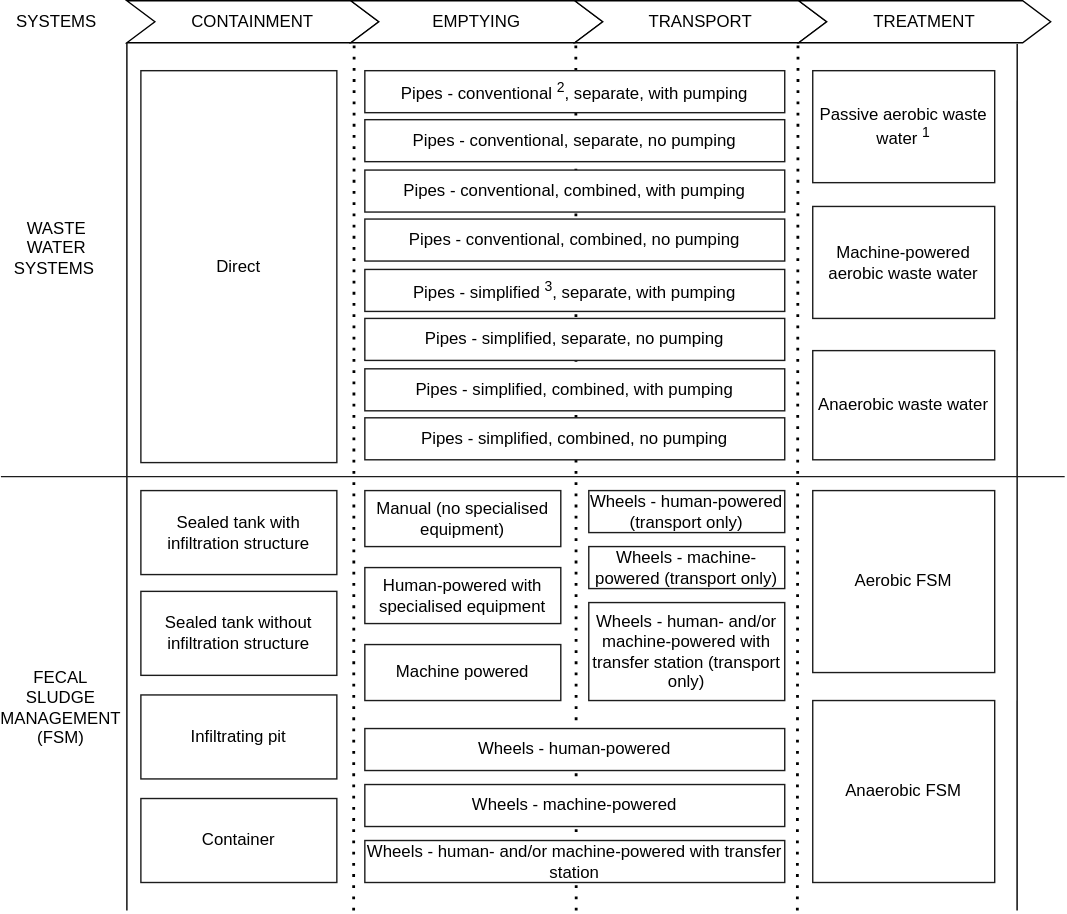
This is FigureS-1 cactus-components.drawio.svg from JinIgarashi/cactus-narok-figures, a draw.io export, as it was before one commit. Source tidied: cells renumbered, new cells last; positions are measured from the earlier drawing's top-left corner, leaving out a move shared by most shapes.
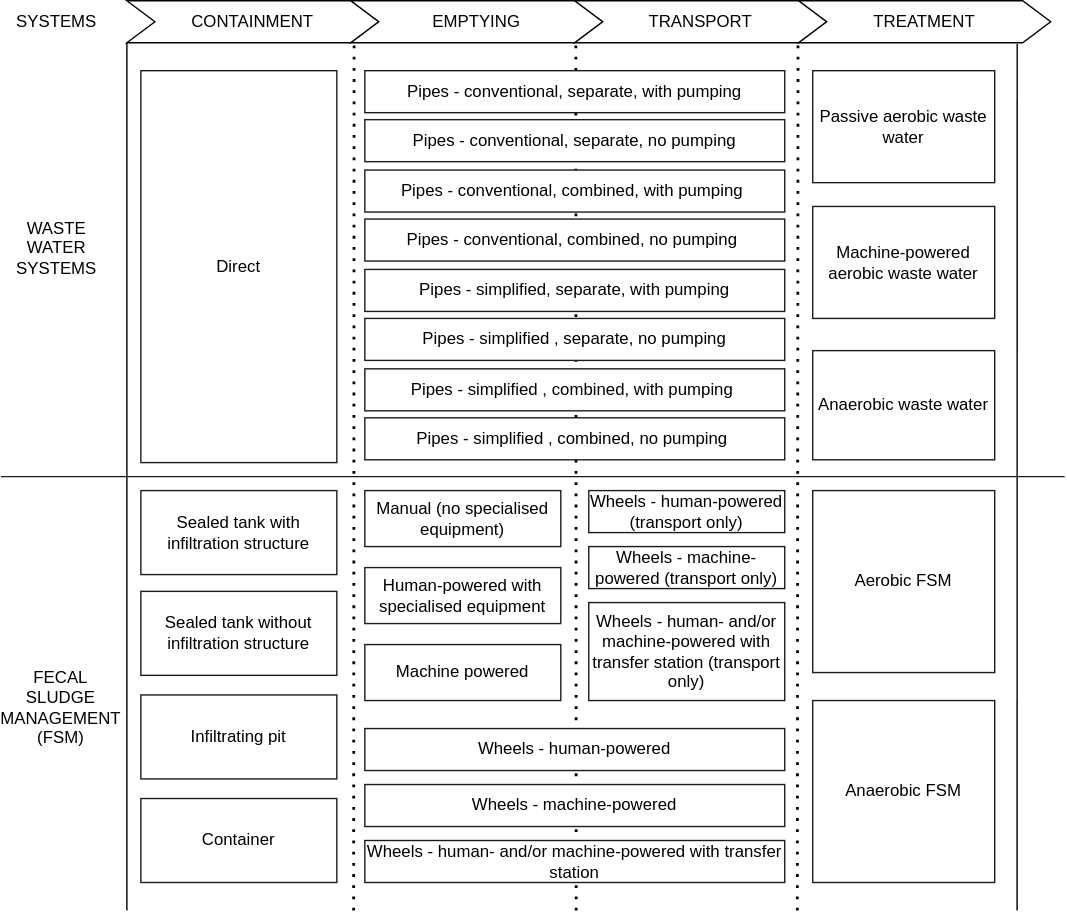
After the commit.

Change to the diagram source:
```diff
@@ -52,7 +52,7 @@
     <mxCell id="14" value="&lt;font color=&quot;#000000&quot;&gt;Direct&lt;/font&gt;" style="rounded=0;whiteSpace=wrap;html=1;fillColor=#FFFFFF;strokeColor=#1c1c1c;" parent="1" vertex="1">
       <mxGeometry x="100" y="50" width="140" height="280" as="geometry" />
     </mxCell>
-    <mxCell id="15" value="&lt;font color=&quot;#000000&quot;&gt;Pipes - conventional&amp;nbsp;&lt;sup&gt;2&lt;/sup&gt;, separate, with pumping&lt;/font&gt;" style="rounded=0;whiteSpace=wrap;html=1;fillColor=#FFFFFF;strokeColor=#1c1c1c;" parent="1" vertex="1">
+    <mxCell id="15" value="&lt;font color=&quot;#000000&quot;&gt;Pipes - conventional, separate, with pumping&lt;/font&gt;" style="rounded=0;whiteSpace=wrap;html=1;fillColor=#FFFFFF;strokeColor=#1c1c1c;" parent="1" vertex="1">
       <mxGeometry x="260" y="50" width="300" height="30" as="geometry" />
     </mxCell>
     <mxCell id="16" value="&lt;font color=&quot;#000000&quot;&gt;Pipes - conventional, separate, no pumping&lt;/font&gt;" style="rounded=0;whiteSpace=wrap;html=1;fillColor=#FFFFFF;strokeColor=#1c1c1c;" parent="1" vertex="1">
@@ -64,7 +64,7 @@
     <mxCell id="18" value="&lt;font color=&quot;#000000&quot;&gt;Pipes - conventional, combined, no pumping&lt;/font&gt;&lt;span style=&quot;color: rgba(0, 0, 0, 0); font-family: monospace; font-size: 0px; text-align: start;&quot;&gt;%3CmxGraphModel%3E%3Croot%3E%3CmxCell%20id%3D%220%22%2F%3E%3CmxCell%20id%3D%221%22%20parent%3D%220%22%2F%3E%3CmxCell%20id%3D%222%22%20value%3D%22%26lt%3Bfont%20color%3D%26quot%3B%23000000%26quot%3B%26gt%3BPipes%20-%20conventional%2C%20separate%2C%20no%20pumping%26lt%3B%2Ffont%26gt%3B%22%20style%3D%22rounded%3D0%3BwhiteSpace%3Dwrap%3Bhtml%3D1%3BfillColor%3D%23FFFFFF%3BstrokeColor%3D%231c1c1c%3B%22%20vertex%3D%221%22%20parent%3D%221%22%3E%3CmxGeometry%20x%3D%22350%22%20y%3D%22205%22%20width%3D%22240%22%20height%3D%2230%22%20as%3D%22geometry%22%2F%3E%3C%2FmxCell%3E%3C%2Froot%3E%3C%2FmxGraphModel%3E&lt;/span&gt;" style="rounded=0;whiteSpace=wrap;html=1;fillColor=#FFFFFF;strokeColor=#1c1c1c;" parent="1" vertex="1">
       <mxGeometry x="260" y="156" width="300" height="30" as="geometry" />
     </mxCell>
-    <mxCell id="19" value="&lt;font color=&quot;#000000&quot;&gt;Pipes - simplified &lt;sup&gt;3&lt;/sup&gt;, separate, with pumping&lt;/font&gt;" style="rounded=0;whiteSpace=wrap;html=1;fillColor=#FFFFFF;strokeColor=#1c1c1c;" parent="1" vertex="1">
+    <mxCell id="19" value="&lt;font color=&quot;#000000&quot;&gt;Pipes - simplified, separate, with pumping&lt;/font&gt;" style="rounded=0;whiteSpace=wrap;html=1;fillColor=#FFFFFF;strokeColor=#1c1c1c;" parent="1" vertex="1">
       <mxGeometry x="260" y="192" width="300" height="30" as="geometry" />
     </mxCell>
     <mxCell id="20" value="&lt;font color=&quot;#000000&quot;&gt;Pipes -&amp;nbsp;&lt;/font&gt;&lt;span style=&quot;color: rgb(0, 0, 0);&quot;&gt;simplified&lt;/span&gt;&lt;font color=&quot;#000000&quot;&gt;, separate, no pumping&lt;/font&gt;" style="rounded=0;whiteSpace=wrap;html=1;fillColor=#FFFFFF;strokeColor=#1c1c1c;" parent="1" vertex="1">
@@ -76,7 +76,7 @@
     <mxCell id="22" value="&lt;font color=&quot;#000000&quot;&gt;Pipes -&amp;nbsp;&lt;/font&gt;&lt;span style=&quot;color: rgb(0, 0, 0);&quot;&gt;simplified&lt;/span&gt;&lt;font color=&quot;#000000&quot;&gt;, combined, no pumping&lt;/font&gt;&lt;span style=&quot;color: rgba(0, 0, 0, 0); font-family: monospace; font-size: 0px; text-align: start;&quot;&gt;%3CmxGraphModel%3E%3Croot%3E%3CmxCell%20id%3D%220%22%2F%3E%3CmxCell%20id%3D%221%22%20parent%3D%220%22%2F%3E%3CmxCell%20id%3D%222%22%20value%3D%22%26lt%3Bfont%20color%3D%26quot%3B%23000000%26quot%3B%26gt%3BPipes%20-%20conventional%2C%20separate%2C%20no%20pumping%26lt%3B%2Ffont%26gt%3B%22%20style%3D%22rounded%3D0%3BwhiteSpace%3Dwrap%3Bhtml%3D1%3BfillColor%3D%23FFFFFF%3BstrokeColor%3D%231c1c1c%3B%22%20vertex%3D%221%22%20parent%3D%221%22%3E%3CmxGeometry%20x%3D%22350%22%20y%3D%22205%22%20width%3D%22240%22%20height%3D%2230%22%20as%3D%22geometry%22%2F%3E%3C%2FmxCell%3E%3C%2Froot%3E%3C%2FmxGraphModel%3E&lt;/span&gt;" style="rounded=0;whiteSpace=wrap;html=1;fillColor=#FFFFFF;strokeColor=#1c1c1c;" parent="1" vertex="1">
       <mxGeometry x="260" y="298" width="300" height="30" as="geometry" />
     </mxCell>
-    <mxCell id="23" value="&lt;font color=&quot;#000000&quot;&gt;Passive aerobic waste water &lt;sup&gt;1&lt;/sup&gt;&lt;/font&gt;" style="rounded=0;whiteSpace=wrap;html=1;fillColor=#FFFFFF;strokeColor=#1c1c1c;" parent="1" vertex="1">
+    <mxCell id="23" value="&lt;font color=&quot;#000000&quot;&gt;Passive aerobic waste water&lt;/font&gt;" style="rounded=0;whiteSpace=wrap;html=1;fillColor=#FFFFFF;strokeColor=#1c1c1c;" parent="1" vertex="1">
       <mxGeometry x="580" y="50" width="130" height="80" as="geometry" />
     </mxCell>
     <mxCell id="24" value="&lt;font color=&quot;#000000&quot;&gt;Machine-powered aerobic waste water&lt;/font&gt;" style="rounded=0;whiteSpace=wrap;html=1;fillColor=#FFFFFF;strokeColor=#1c1c1c;" parent="1" vertex="1">
```
